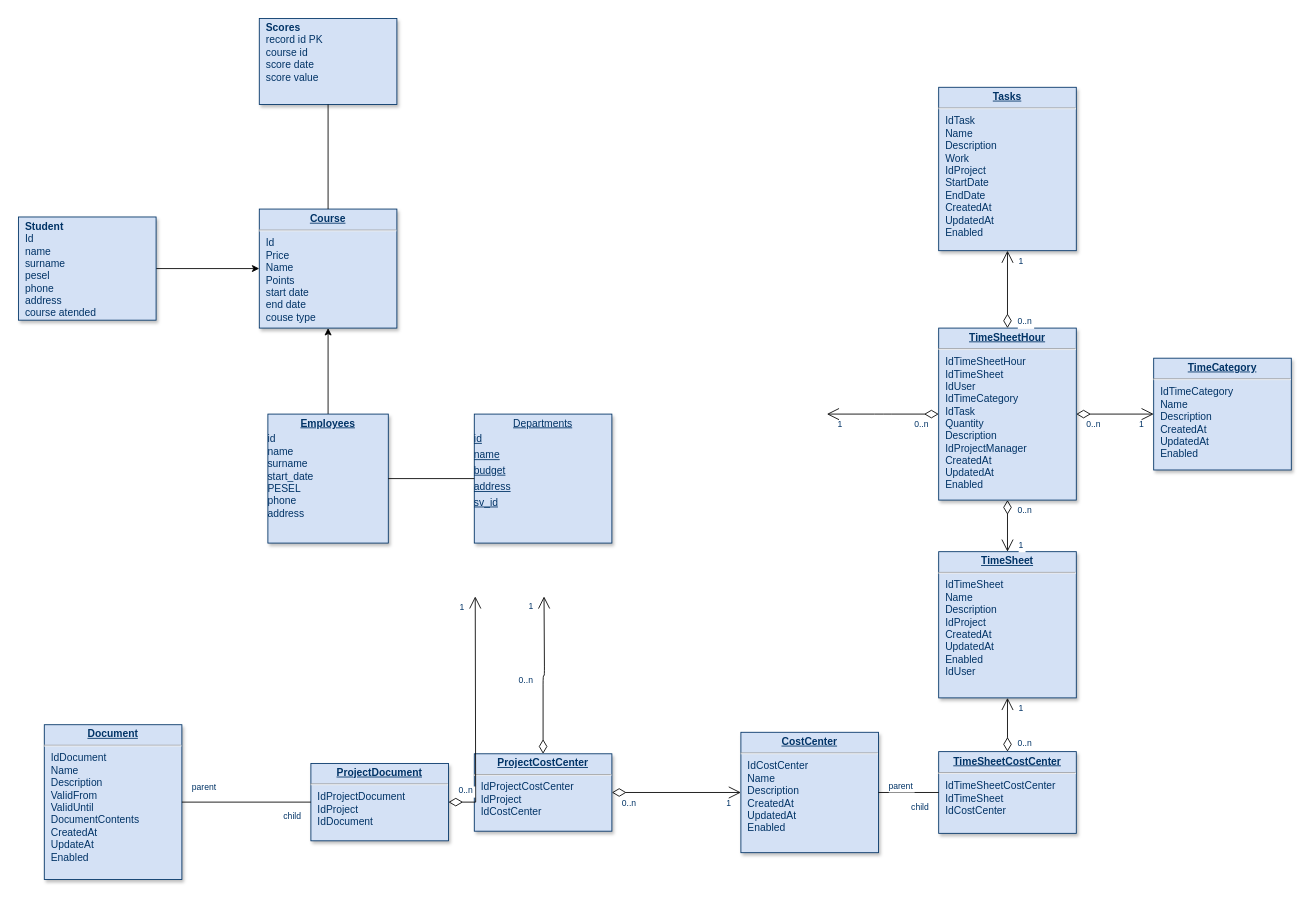
Earlier version of the draw.io diagram Untitled Diagram.drawio (Piter815/TransportWebSite). Source tidied: cells renumbered, new cells numbered last; positions are measured from the earlier drawing's top-left corner, leaving out a move shared by most shapes. Both pictures are drawn from the tidied source at 86%, with x=0, y=0 at pixel (18, 18).
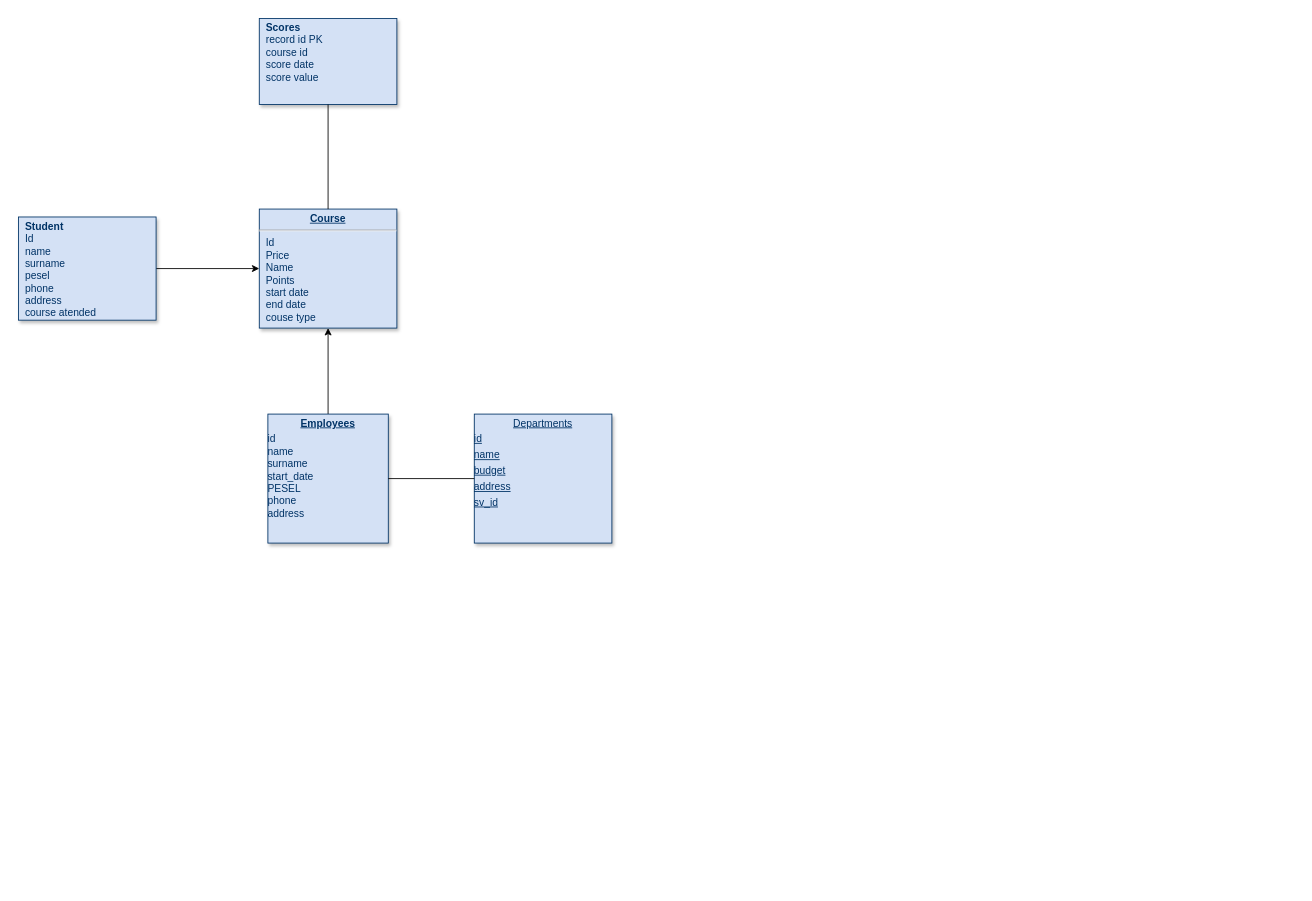
Above is the later version.

Change to the diagram source:
```diff
@@
-    <mxCell id="7" value="&lt;p style=&quot;margin: 0px; margin-top: 4px; text-align: center; text-decoration: underline;&quot;&gt;&lt;strong&gt;TimeSheet&lt;/strong&gt;&lt;/p&gt;&lt;hr /&gt;&lt;p style=&quot;margin: 0px; margin-left: 8px;&quot;&gt;IdTimeSheet&lt;/p&gt;&lt;p style=&quot;margin: 0px; margin-left: 8px;&quot;&gt;Name&lt;/p&gt;&lt;p style=&quot;margin: 0px; margin-left: 8px;&quot;&gt;Description&lt;/p&gt;&lt;p style=&quot;margin: 0px; margin-left: 8px;&quot;&gt;IdProject&lt;/p&gt;&lt;p style=&quot;margin: 0px; margin-left: 8px;&quot;&gt;CreatedAt&lt;/p&gt;&lt;p style=&quot;margin: 0px; margin-left: 8px;&quot;&gt;UpdatedAt&lt;/p&gt;&lt;p style=&quot;margin: 0px; margin-left: 8px;&quot;&gt;Enabled&lt;/p&gt;&lt;p style=&quot;margin: 0px; margin-left: 8px;&quot;&gt;IdUser&lt;/p&gt;" style="verticalAlign=top;align=left;overflow=fill;fontSize=12;fontFamily=Helvetica;html=1;strokeColor=#003366;shadow=1;fillColor=#D4E1F5;fontColor=#003366;" parent="1" vertex="1">
-      <mxGeometry x="1070" y="620" width="160" height="170" as="geometry" />
-    </mxCell>
-    <mxCell id="8" value="&lt;p style=&quot;margin: 0px; margin-top: 4px; text-align: center; text-decoration: underline;&quot;&gt;&lt;strong&gt;TimeSheetHour&lt;/strong&gt;&lt;/p&gt;&lt;hr /&gt;&lt;p style=&quot;margin: 0px; margin-left: 8px;&quot;&gt;IdTimeSheetHour&lt;br /&gt;IdTimeSheet&lt;/p&gt;&lt;p style=&quot;margin: 0px; margin-left: 8px;&quot;&gt;IdUser&lt;/p&gt;&lt;p style=&quot;margin: 0px; margin-left: 8px;&quot;&gt;IdTimeCategory&lt;/p&gt;&lt;p style=&quot;margin: 0px; margin-left: 8px;&quot;&gt;IdTask&lt;/p&gt;&lt;p style=&quot;margin: 0px; margin-left: 8px;&quot;&gt;Quantity&lt;/p&gt;&lt;p style=&quot;margin: 0px; margin-left: 8px;&quot;&gt;Description&lt;/p&gt;&lt;p style=&quot;margin: 0px; margin-left: 8px;&quot;&gt;IdProjectManager&lt;/p&gt;&lt;p style=&quot;margin: 0px; margin-left: 8px;&quot;&gt;CreatedAt&lt;/p&gt;&lt;p style=&quot;margin: 0px; margin-left: 8px;&quot;&gt;UpdatedAt&lt;/p&gt;&lt;p style=&quot;margin: 0px; margin-left: 8px;&quot;&gt;Enabled&lt;/p&gt;" style="verticalAlign=top;align=left;overflow=fill;fontSize=12;fontFamily=Helvetica;html=1;strokeColor=#003366;shadow=1;fillColor=#D4E1F5;fontColor=#003366;" parent="1" vertex="1">
-      <mxGeometry x="1070" y="360" width="160" height="200" as="geometry" />
-    </mxCell>
-    <mxCell id="9" value="&lt;p style=&quot;margin: 0px; margin-top: 4px; text-align: center; text-decoration: underline;&quot;&gt;&lt;strong&gt;Document&lt;/strong&gt;&lt;/p&gt;&lt;hr /&gt;&lt;p style=&quot;margin: 0px; margin-left: 8px;&quot;&gt;IdDocument&lt;/p&gt;&lt;p style=&quot;margin: 0px; margin-left: 8px;&quot;&gt;Name&lt;/p&gt;&lt;p style=&quot;margin: 0px; margin-left: 8px;&quot;&gt;Description&lt;/p&gt;&lt;p style=&quot;margin: 0px; margin-left: 8px;&quot;&gt;ValidFrom&lt;/p&gt;&lt;p style=&quot;margin: 0px; margin-left: 8px;&quot;&gt;ValidUntil&lt;/p&gt;&lt;p style=&quot;margin: 0px; margin-left: 8px;&quot;&gt;DocumentContents&lt;/p&gt;&lt;p style=&quot;margin: 0px; margin-left: 8px;&quot;&gt;CreatedAt&lt;/p&gt;&lt;p style=&quot;margin: 0px; margin-left: 8px;&quot;&gt;UpdateAt&lt;/p&gt;&lt;p style=&quot;margin: 0px; margin-left: 8px;&quot;&gt;Enabled&lt;/p&gt;" style="verticalAlign=top;align=left;overflow=fill;fontSize=12;fontFamily=Helvetica;html=1;strokeColor=#003366;shadow=1;fillColor=#D4E1F5;fontColor=#003366;" parent="1" vertex="1">
-      <mxGeometry x="30" y="821.2" width="160" height="180" as="geometry" />
-    </mxCell>
-    <mxCell id="10" value="&lt;p style=&quot;margin: 0px; margin-top: 4px; text-align: center; text-decoration: underline;&quot;&gt;&lt;strong&gt;TimeCategory&lt;/strong&gt;&lt;/p&gt;&lt;hr /&gt;&lt;p style=&quot;margin: 0px; margin-left: 8px;&quot;&gt;IdTimeCategory&lt;/p&gt;&lt;p style=&quot;margin: 0px; margin-left: 8px;&quot;&gt;Name&lt;/p&gt;&lt;p style=&quot;margin: 0px; margin-left: 8px;&quot;&gt;Description&lt;/p&gt;&lt;p style=&quot;margin: 0px; margin-left: 8px;&quot;&gt;CreatedAt&lt;/p&gt;&lt;p style=&quot;margin: 0px; margin-left: 8px;&quot;&gt;UpdatedAt&lt;/p&gt;&lt;p style=&quot;margin: 0px; margin-left: 8px;&quot;&gt;Enabled&lt;/p&gt;" style="verticalAlign=top;align=left;overflow=fill;fontSize=12;fontFamily=Helvetica;html=1;strokeColor=#003366;shadow=1;fillColor=#D4E1F5;fontColor=#003366;" parent="1" vertex="1">
-      <mxGeometry x="1320" y="395" width="160" height="130" as="geometry" />
-    </mxCell>
-    <mxCell id="11" value="&lt;p style=&quot;margin: 0px; margin-top: 4px; text-align: center; text-decoration: underline;&quot;&gt;&lt;strong&gt;TimeSheetCostCenter&lt;/strong&gt;&lt;/p&gt;&lt;hr /&gt;&lt;p style=&quot;margin: 0px; margin-left: 8px;&quot;&gt;IdTimeSheetCostCenter&lt;/p&gt;&lt;p style=&quot;margin: 0px; margin-left: 8px;&quot;&gt;IdTimeSheet&lt;/p&gt;&lt;p style=&quot;margin: 0px; margin-left: 8px;&quot;&gt;IdCostCenter&lt;/p&gt;" style="verticalAlign=top;align=left;overflow=fill;fontSize=12;fontFamily=Helvetica;html=1;strokeColor=#003366;shadow=1;fillColor=#D4E1F5;fontColor=#003366;" parent="1" vertex="1">
-      <mxGeometry x="1070" y="852.5" width="160" height="95" as="geometry" />
-    </mxCell>
-    <mxCell id="12" value="&lt;p style=&quot;margin: 0px; margin-top: 4px; text-align: center; text-decoration: underline;&quot;&gt;&lt;strong&gt;CostCenter&lt;/strong&gt;&lt;/p&gt;&lt;hr /&gt;&lt;p style=&quot;margin: 0px; margin-left: 8px;&quot;&gt;IdCostCenter&lt;/p&gt;&lt;p style=&quot;margin: 0px; margin-left: 8px;&quot;&gt;Name&lt;/p&gt;&lt;p style=&quot;margin: 0px; margin-left: 8px;&quot;&gt;Description&lt;/p&gt;&lt;p style=&quot;margin: 0px; margin-left: 8px;&quot;&gt;CreatedAt&lt;/p&gt;&lt;p style=&quot;margin: 0px; margin-left: 8px;&quot;&gt;UpdatedAt&lt;/p&gt;&lt;p style=&quot;margin: 0px; margin-left: 8px;&quot;&gt;Enabled&lt;/p&gt;" style="verticalAlign=top;align=left;overflow=fill;fontSize=12;fontFamily=Helvetica;html=1;strokeColor=#003366;shadow=1;fillColor=#D4E1F5;fontColor=#003366;" parent="1" vertex="1">
-      <mxGeometry x="840" y="830" width="160" height="140" as="geometry" />
-    </mxCell>
-    <mxCell id="13" value="&lt;p style=&quot;margin: 0px; margin-top: 4px; text-align: center; text-decoration: underline;&quot;&gt;&lt;strong&gt;ProjectCostCenter&lt;/strong&gt;&lt;/p&gt;&lt;hr /&gt;&lt;p style=&quot;margin: 0px; margin-left: 8px;&quot;&gt;IdProjectCostCenter&lt;/p&gt;&lt;p style=&quot;margin: 0px; margin-left: 8px;&quot;&gt;IdProject&lt;/p&gt;&lt;p style=&quot;margin: 0px; margin-left: 8px;&quot;&gt;IdCostCenter&lt;/p&gt;" style="verticalAlign=top;align=left;overflow=fill;fontSize=12;fontFamily=Helvetica;html=1;strokeColor=#003366;shadow=1;fillColor=#D4E1F5;fontColor=#003366;" parent="1" vertex="1">
-      <mxGeometry x="530" y="855" width="160" height="90" as="geometry" />
-    </mxCell>
-    <mxCell id="14" value="&lt;p style=&quot;margin: 0px ; margin-top: 4px ; text-align: center ; text-decoration: underline&quot;&gt;&lt;strong&gt;ProjectDocument&lt;/strong&gt;&lt;/p&gt;&lt;hr&gt;&lt;p style=&quot;margin: 0px ; margin-left: 8px&quot;&gt;IdProjectDocument&lt;/p&gt;&lt;p style=&quot;margin: 0px ; margin-left: 8px&quot;&gt;IdProject&lt;/p&gt;&lt;p style=&quot;margin: 0px ; margin-left: 8px&quot;&gt;IdDocument&lt;/p&gt;" style="verticalAlign=top;align=left;overflow=fill;fontSize=12;fontFamily=Helvetica;html=1;strokeColor=#003366;shadow=1;fillColor=#D4E1F5;fontColor=#003366;" parent="1" vertex="1">
-      <mxGeometry x="340" y="866.2" width="160" height="90" as="geometry" />
-    </mxCell>
-    <mxCell id="15" value="&lt;p style=&quot;margin: 0px; margin-top: 4px; text-align: center; text-decoration: underline;&quot;&gt;&lt;strong&gt;Tasks&lt;/strong&gt;&lt;/p&gt;&lt;hr /&gt;&lt;p style=&quot;margin: 0px; margin-left: 8px;&quot;&gt;IdTask&lt;/p&gt;&lt;p style=&quot;margin: 0px; margin-left: 8px;&quot;&gt;Name&lt;/p&gt;&lt;p style=&quot;margin: 0px; margin-left: 8px;&quot;&gt;Description&lt;/p&gt;&lt;p style=&quot;margin: 0px; margin-left: 8px;&quot;&gt;Work&lt;/p&gt;&lt;p style=&quot;margin: 0px; margin-left: 8px;&quot;&gt;IdProject&lt;/p&gt;&lt;p style=&quot;margin: 0px; margin-left: 8px;&quot;&gt;StartDate&lt;/p&gt;&lt;p style=&quot;margin: 0px; margin-left: 8px;&quot;&gt;EndDate&lt;/p&gt;&lt;p style=&quot;margin: 0px; margin-left: 8px;&quot;&gt;CreatedAt&lt;/p&gt;&lt;p style=&quot;margin: 0px; margin-left: 8px;&quot;&gt;UpdatedAt&lt;/p&gt;&lt;p style=&quot;margin: 0px; margin-left: 8px;&quot;&gt;Enabled&lt;/p&gt;" style="verticalAlign=top;align=left;overflow=fill;fontSize=12;fontFamily=Helvetica;html=1;strokeColor=#003366;shadow=1;fillColor=#D4E1F5;fontColor=#003366;" parent="1" vertex="1">
-      <mxGeometry x="1070" y="80" width="160" height="190" as="geometry" />
-    </mxCell>
-    <mxCell id="16" style="endArrow=open;endSize=12;startArrow=diamondThin;startSize=14;startFill=0;edgeStyle=orthogonalEdgeStyle;" parent="1" edge="1" source="8" target="7">
-      <mxGeometry x="1269.4" y="180" as="geometry" />
-    </mxCell>
-    <mxCell id="17" value="0..n" style="align=left;verticalAlign=top;labelBackgroundColor=#ffffff;fontSize=10;strokeColor=#003366;shadow=1;fillColor=#D4E1F5;fontColor=#003366;" parent="16" vertex="1">
-      <mxGeometry x="-1" relative="1" as="geometry">
-        <mxPoint x="10" as="offset" />
-      </mxGeometry>
-    </mxCell>
-    <mxCell id="18" value="1" style="align=right;verticalAlign=top;labelBackgroundColor=#ffffff;fontSize=10;strokeColor=#003366;shadow=1;fillColor=#D4E1F5;fontColor=#003366;" parent="16" vertex="1">
-      <mxGeometry x="1" relative="1" as="geometry">
-        <mxPoint x="20" y="-20" as="offset" />
-      </mxGeometry>
-    </mxCell>
-    <mxCell id="19" style="endArrow=open;endSize=12;startArrow=diamondThin;startSize=14;startFill=0;edgeStyle=orthogonalEdgeStyle;entryX=0.75;entryY=1;" parent="1" edge="1" source="13">
-      <mxGeometry x="479.4" y="790" as="geometry">
-        <mxPoint x="611.1" y="672" as="targetPoint" />
-      </mxGeometry>
-    </mxCell>
-    <mxCell id="20" value="0..n" style="align=left;verticalAlign=top;labelBackgroundColor=#ffffff;fontSize=10;strokeColor=#003366;shadow=1;fillColor=#D4E1F5;fontColor=#003366;" parent="19" vertex="1">
-      <mxGeometry x="-1" relative="1" as="geometry">
-        <mxPoint x="-30" y="-97.5" as="offset" />
-      </mxGeometry>
-    </mxCell>
-    <mxCell id="21" value="1" style="align=right;verticalAlign=top;labelBackgroundColor=#ffffff;fontSize=10;strokeColor=#003366;shadow=1;fillColor=#D4E1F5;fontColor=#003366;" parent="19" vertex="1">
-      <mxGeometry x="1" relative="1" as="geometry">
-        <mxPoint x="-11.1" as="offset" />
-      </mxGeometry>
-    </mxCell>
-    <mxCell id="22" style="endArrow=open;endSize=12;startArrow=diamondThin;startSize=14;startFill=0;edgeStyle=orthogonalEdgeStyle;" parent="1" edge="1" source="13" target="12">
-      <mxGeometry x="469.4" y="526.2" as="geometry" />
-    </mxCell>
-    <mxCell id="23" value="0..n" style="align=left;verticalAlign=top;labelBackgroundColor=#ffffff;fontSize=10;strokeColor=#003366;shadow=1;fillColor=#D4E1F5;fontColor=#003366;" parent="22" vertex="1">
-      <mxGeometry x="-1" relative="1" as="geometry">
-        <mxPoint x="10" as="offset" />
-      </mxGeometry>
-    </mxCell>
-    <mxCell id="24" value="1" style="align=right;verticalAlign=top;labelBackgroundColor=#ffffff;fontSize=10;strokeColor=#003366;shadow=1;fillColor=#D4E1F5;fontColor=#003366;" parent="22" vertex="1">
-      <mxGeometry x="1" relative="1" as="geometry">
-        <mxPoint x="-10" as="offset" />
-      </mxGeometry>
-    </mxCell>
-    <mxCell id="25" style="endArrow=open;endSize=12;startArrow=diamondThin;startSize=14;startFill=0;edgeStyle=orthogonalEdgeStyle;entryX=0.25;entryY=1;rounded=0;" parent="1" edge="1" source="14">
-      <mxGeometry x="419.4" y="820" as="geometry">
-        <mxPoint x="531.1" y="672" as="targetPoint" />
-      </mxGeometry>
-    </mxCell>
-    <mxCell id="26" value="0..n" style="align=left;verticalAlign=top;labelBackgroundColor=#ffffff;fontSize=10;strokeColor=#003366;shadow=1;fillColor=#D4E1F5;fontColor=#003366;" parent="25" vertex="1">
-      <mxGeometry x="-1" relative="1" as="geometry">
-        <mxPoint x="10" y="-26.2" as="offset" />
-      </mxGeometry>
-    </mxCell>
-    <mxCell id="27" value="1" style="align=right;verticalAlign=top;labelBackgroundColor=#ffffff;fontSize=10;strokeColor=#003366;shadow=1;fillColor=#D4E1F5;fontColor=#003366;" parent="25" vertex="1">
-      <mxGeometry x="1" relative="1" as="geometry">
-        <mxPoint x="-11.1" as="offset" />
-      </mxGeometry>
-    </mxCell>
-    <mxCell id="28" style="endArrow=open;endSize=12;startArrow=diamondThin;startSize=14;startFill=0;edgeStyle=orthogonalEdgeStyle;" parent="1" edge="1" source="11" target="7">
-      <mxGeometry x="1079.4" y="560" as="geometry" />
-    </mxCell>
-    <mxCell id="29" value="0..n" style="align=left;verticalAlign=top;labelBackgroundColor=#ffffff;fontSize=10;strokeColor=#003366;shadow=1;fillColor=#D4E1F5;fontColor=#003366;" parent="28" vertex="1">
-      <mxGeometry x="-1" relative="1" as="geometry">
-        <mxPoint x="10" y="-22.5" as="offset" />
-      </mxGeometry>
-    </mxCell>
-    <mxCell id="30" value="1" style="align=right;verticalAlign=top;labelBackgroundColor=#ffffff;fontSize=10;strokeColor=#003366;shadow=1;fillColor=#D4E1F5;fontColor=#003366;" parent="28" vertex="1">
-      <mxGeometry x="1" relative="1" as="geometry">
-        <mxPoint x="20" as="offset" />
-      </mxGeometry>
-    </mxCell>
-    <mxCell id="31" style="endArrow=open;endSize=12;startArrow=diamondThin;startSize=14;startFill=0;edgeStyle=orthogonalEdgeStyle;" parent="1" edge="1" source="8" target="10">
-      <mxGeometry x="1309.4" y="540" as="geometry" />
-    </mxCell>
-    <mxCell id="32" value="0..n" style="align=left;verticalAlign=top;labelBackgroundColor=#ffffff;fontSize=10;strokeColor=#003366;shadow=1;fillColor=#D4E1F5;fontColor=#003366;" parent="31" vertex="1">
-      <mxGeometry x="-1" relative="1" as="geometry">
-        <mxPoint x="10" as="offset" />
-      </mxGeometry>
-    </mxCell>
-    <mxCell id="33" value="1" style="align=right;verticalAlign=top;labelBackgroundColor=#ffffff;fontSize=10;strokeColor=#003366;shadow=1;fillColor=#D4E1F5;fontColor=#003366;" parent="31" vertex="1">
-      <mxGeometry x="1" relative="1" as="geometry">
-        <mxPoint x="-10" as="offset" />
-      </mxGeometry>
-    </mxCell>
-    <mxCell id="34" style="endArrow=open;endSize=12;startArrow=diamondThin;startSize=14;startFill=0;edgeStyle=orthogonalEdgeStyle;" parent="1" edge="1" source="8" target="15">
-      <mxGeometry x="1119.4" y="540" as="geometry" />
-    </mxCell>
-    <mxCell id="35" value="0..n" style="align=left;verticalAlign=top;labelBackgroundColor=#ffffff;fontSize=10;strokeColor=#003366;shadow=1;fillColor=#D4E1F5;fontColor=#003366;" parent="34" vertex="1">
-      <mxGeometry x="-1" relative="1" as="geometry">
-        <mxPoint x="10" y="-20" as="offset" />
-      </mxGeometry>
-    </mxCell>
-    <mxCell id="36" value="1" style="align=right;verticalAlign=top;labelBackgroundColor=#ffffff;fontSize=10;strokeColor=#003366;shadow=1;fillColor=#D4E1F5;fontColor=#003366;" parent="34" vertex="1">
-      <mxGeometry x="1" relative="1" as="geometry">
-        <mxPoint x="20" as="offset" />
-      </mxGeometry>
-    </mxCell>
-    <mxCell id="37" style="endArrow=open;endSize=12;startArrow=diamondThin;startSize=14;startFill=0;edgeStyle=orthogonalEdgeStyle;" parent="1" edge="1" source="8">
-      <mxGeometry x="1389.4" y="130" as="geometry">
-        <mxPoint x="940" y="460" as="targetPoint" />
-      </mxGeometry>
-    </mxCell>
-    <mxCell id="38" value="0..n" style="align=left;verticalAlign=top;labelBackgroundColor=#ffffff;fontSize=10;strokeColor=#003366;shadow=1;fillColor=#D4E1F5;fontColor=#003366;" parent="37" vertex="1">
-      <mxGeometry x="-1" relative="1" as="geometry">
-        <mxPoint x="-30" as="offset" />
-      </mxGeometry>
-    </mxCell>
-    <mxCell id="39" value="1" style="align=right;verticalAlign=top;labelBackgroundColor=#ffffff;fontSize=10;strokeColor=#003366;shadow=1;fillColor=#D4E1F5;fontColor=#003366;" parent="37" vertex="1">
-      <mxGeometry x="1" relative="1" as="geometry">
-        <mxPoint x="20" as="offset" />
-      </mxGeometry>
-    </mxCell>
-    <mxCell id="40" style="endArrow=none;edgeStyle=orthogonalEdgeStyle;" parent="1" edge="1" source="9" target="14">
-      <mxGeometry x="190" y="950" as="geometry" />
-    </mxCell>
-    <mxCell id="41" value="parent" style="align=left;verticalAlign=bottom;labelBackgroundColor=#ffffff;fontSize=10;strokeColor=#003366;shadow=1;fillColor=#D4E1F5;fontColor=#003366;" parent="40" vertex="1">
-      <mxGeometry x="-1" relative="1" as="geometry">
-        <mxPoint x="10" y="-10" as="offset" />
-      </mxGeometry>
-    </mxCell>
-    <mxCell id="42" value="child" style="align=right;verticalAlign=bottom;labelBackgroundColor=#ffffff;fontSize=10;strokeColor=#003366;shadow=1;fillColor=#D4E1F5;fontColor=#003366;" parent="40" vertex="1">
-      <mxGeometry x="1" relative="1" as="geometry">
-        <mxPoint x="-10" y="23.8" as="offset" />
-      </mxGeometry>
-    </mxCell>
-    <mxCell id="43" style="endArrow=none;edgeStyle=orthogonalEdgeStyle;" parent="1" edge="1" source="12" target="11">
-      <mxGeometry x="910" y="972.5" as="geometry" />
-    </mxCell>
-    <mxCell id="44" value="parent" style="align=left;verticalAlign=bottom;labelBackgroundColor=#ffffff;fontSize=10;strokeColor=#003366;shadow=1;fillColor=#D4E1F5;fontColor=#003366;" parent="43" vertex="1">
-      <mxGeometry x="-1" relative="1" as="geometry">
-        <mxPoint x="10" as="offset" />
-      </mxGeometry>
-    </mxCell>
-    <mxCell id="45" value="child" style="align=right;verticalAlign=bottom;labelBackgroundColor=#ffffff;fontSize=10;strokeColor=#003366;shadow=1;fillColor=#D4E1F5;fontColor=#003366;" parent="43" vertex="1">
-      <mxGeometry x="1" relative="1" as="geometry">
-        <mxPoint x="-10" y="25" as="offset" />
-      </mxGeometry>
-    </mxCell>
```
